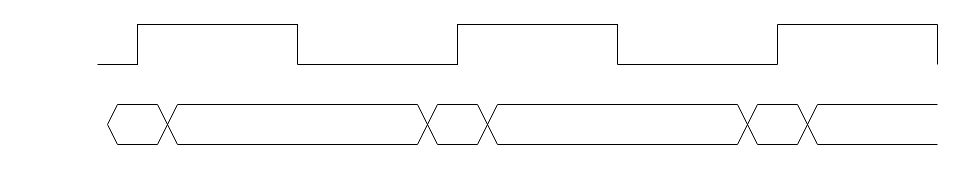
Earlier version of the draw.io diagram Untitled Diagram.drawio (Katharine-0331/files). Source tidied: cells renumbered, new cells numbered last; positions are measured from the earlier drawing's top-left corner, leaving out a move shared by most shapes. Both pictures are drawn from the tidied source at 100%, with x=0, y=0 at pixel (97, 24).
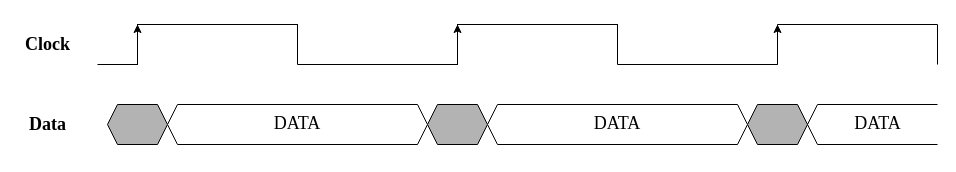
The same page after the edit.

The change refers to these unchanged cells:
```xml
<mxCell id="2" style="shape=partialRectangle;whiteSpace=wrap;html=1;bottom=0;right=0;fillColor=none;" parent="1" vertex="1">
  <mxGeometry x="40" width="160" height="40" as="geometry" />
</mxCell>
```

What changed in the source:
```diff
@@
-    <mxCell id="5" style="endArrow=none;html=1;shadow=0;" parent="1" edge="1">
-      <mxGeometry relative="1" as="geometry">
-        <mxPoint x="10" y="100" as="sourcePoint" />
-        <mxPoint x="20" y="80" as="targetPoint" />
-      </mxGeometry>
-    </mxCell>
-    <mxCell id="6" style="endArrow=none;html=1;shadow=0;" parent="1" edge="1">
-      <mxGeometry relative="1" as="geometry">
-        <mxPoint x="20" y="80" as="sourcePoint" />
-        <mxPoint x="60" y="80" as="targetPoint" />
-      </mxGeometry>
-    </mxCell>
-    <mxCell id="7" style="endArrow=none;html=1;shadow=0;" parent="1" edge="1">
-      <mxGeometry relative="1" as="geometry">
-        <mxPoint x="10" y="100" as="sourcePoint" />
-        <mxPoint x="20" y="120" as="targetPoint" />
-      </mxGeometry>
-    </mxCell>
-    <mxCell id="8" style="endArrow=none;html=1;shadow=0;" parent="1" edge="1">
-      <mxGeometry relative="1" as="geometry">
-        <mxPoint x="20" y="120" as="sourcePoint" />
-        <mxPoint x="60" y="120" as="targetPoint" />
-      </mxGeometry>
-    </mxCell>
-    <mxCell id="9" style="endArrow=none;html=1;" parent="1" edge="1">
-      <mxGeometry relative="1" as="geometry">
-        <mxPoint x="60" y="80" as="sourcePoint" />
-        <mxPoint x="80" y="120" as="targetPoint" />
-      </mxGeometry>
-    </mxCell>
-    <mxCell id="10" style="endArrow=none;html=1;" parent="1" edge="1">
-      <mxGeometry relative="1" as="geometry">
-        <mxPoint x="60" y="120" as="sourcePoint" />
-        <mxPoint x="80" y="80" as="targetPoint" />
-      </mxGeometry>
-    </mxCell>
-    <mxCell id="11" style="endArrow=none;html=1;" parent="1" edge="1">
-      <mxGeometry relative="1" as="geometry">
-        <mxPoint x="80" y="80" as="sourcePoint" />
-        <mxPoint x="320" y="80" as="targetPoint" />
-      </mxGeometry>
-    </mxCell>
@@
-    <mxCell id="13" style="endArrow=none;html=1;" parent="1" edge="1">
-      <mxGeometry relative="1" as="geometry">
-        <mxPoint x="80" y="120" as="sourcePoint" />
-        <mxPoint x="320" y="120" as="targetPoint" />
-      </mxGeometry>
-    </mxCell>
-    <mxCell id="14" style="endArrow=none;html=1;" parent="1" edge="1">
-      <mxGeometry relative="1" as="geometry">
-        <mxPoint x="320" y="120" as="sourcePoint" />
-        <mxPoint x="340" y="80" as="targetPoint" />
-      </mxGeometry>
-    </mxCell>
-    <mxCell id="15" style="endArrow=none;html=1;" parent="1" edge="1">
-      <mxGeometry relative="1" as="geometry">
-        <mxPoint x="320" y="80" as="sourcePoint" />
-        <mxPoint x="340" y="120" as="targetPoint" />
-      </mxGeometry>
-    </mxCell>
-    <mxCell id="16" style="endArrow=none;html=1;" parent="1" edge="1">
-      <mxGeometry relative="1" as="geometry">
-        <mxPoint x="380" y="80" as="sourcePoint" />
-        <mxPoint x="400" y="120" as="targetPoint" />
-      </mxGeometry>
-    </mxCell>
-    <mxCell id="17" style="endArrow=none;html=1;" parent="1" edge="1">
-      <mxGeometry relative="1" as="geometry">
-        <mxPoint x="380" y="120" as="sourcePoint" />
-        <mxPoint x="400" y="80" as="targetPoint" />
-      </mxGeometry>
-    </mxCell>
-    <mxCell id="18" style="endArrow=none;html=1;" parent="1" edge="1">
-      <mxGeometry relative="1" as="geometry">
-        <mxPoint x="400" y="80" as="sourcePoint" />
-        <mxPoint x="640" y="80" as="targetPoint" />
-      </mxGeometry>
-    </mxCell>
-    <mxCell id="19" style="endArrow=none;html=1;" parent="1" edge="1">
-      <mxGeometry relative="1" as="geometry">
-        <mxPoint x="400" y="120" as="sourcePoint" />
-        <mxPoint x="640" y="120" as="targetPoint" />
-      </mxGeometry>
-    </mxCell>
-    <mxCell id="20" style="endArrow=none;html=1;" parent="1" edge="1">
-      <mxGeometry relative="1" as="geometry">
-        <mxPoint x="640" y="120" as="sourcePoint" />
-        <mxPoint x="660" y="80" as="targetPoint" />
-      </mxGeometry>
-    </mxCell>
-    <mxCell id="21" style="endArrow=none;html=1;" parent="1" edge="1">
-      <mxGeometry relative="1" as="geometry">
-        <mxPoint x="640" y="80" as="sourcePoint" />
-        <mxPoint x="660" y="120" as="targetPoint" />
-      </mxGeometry>
-    </mxCell>
-    <mxCell id="22" style="endArrow=none;html=1;" parent="1" edge="1">
-      <mxGeometry relative="1" as="geometry">
-        <mxPoint x="340" y="80" as="sourcePoint" />
-        <mxPoint x="380" y="80" as="targetPoint" />
-      </mxGeometry>
-    </mxCell>
-    <mxCell id="23" style="endArrow=none;html=1;" parent="1" edge="1">
-      <mxGeometry relative="1" as="geometry">
-        <mxPoint x="340" y="120" as="sourcePoint" />
-        <mxPoint x="380" y="120" as="targetPoint" />
-      </mxGeometry>
-    </mxCell>
-    <mxCell id="24" style="endArrow=none;html=1;" parent="1" edge="1">
-      <mxGeometry relative="1" as="geometry">
-        <mxPoint x="660" y="80" as="sourcePoint" />
-        <mxPoint x="700" y="80" as="targetPoint" />
-      </mxGeometry>
-    </mxCell>
-    <mxCell id="25" style="endArrow=none;html=1;" parent="1" edge="1">
-      <mxGeometry relative="1" as="geometry">
-        <mxPoint x="660" y="120" as="sourcePoint" />
-        <mxPoint x="700" y="120" as="targetPoint" />
-      </mxGeometry>
-    </mxCell>
@@
-    <mxCell id="31" style="endArrow=none;html=1;" parent="1" edge="1">
-      <mxGeometry relative="1" as="geometry">
-        <mxPoint x="700" y="80" as="sourcePoint" />
-        <mxPoint x="720" y="120" as="targetPoint" />
-      </mxGeometry>
-    </mxCell>
-    <mxCell id="32" style="endArrow=none;html=1;" parent="1" edge="1">
-      <mxGeometry relative="1" as="geometry">
-        <mxPoint x="700" y="120" as="sourcePoint" />
-        <mxPoint x="720" y="80" as="targetPoint" />
-      </mxGeometry>
-    </mxCell>
-    <mxCell id="33" style="endArrow=none;html=1;" parent="1" edge="1">
-      <mxGeometry relative="1" as="geometry">
-        <mxPoint x="720" y="80" as="sourcePoint" />
-        <mxPoint x="840" y="80" as="targetPoint" />
-      </mxGeometry>
-    </mxCell>
-    <mxCell id="34" style="endArrow=none;html=1;" parent="1" edge="1">
-      <mxGeometry relative="1" as="geometry">
-        <mxPoint x="720" y="120" as="sourcePoint" />
-        <mxPoint x="840" y="120" as="targetPoint" />
-      </mxGeometry>
-    </mxCell>
+    <mxCell id="35" style="shape=hexagon;perimeter=hexagonPerimeter2;whiteSpace=wrap;html=1;fixedSize=1;size=10;gradientDirection=radial;fillColor=#B3B3B3;" parent="1" vertex="1">
+      <mxGeometry x="10" y="80" width="60" height="40" as="geometry" />
+    </mxCell>
+    <mxCell id="36" value="&lt;pre style=&quot;font-size: 18px&quot;&gt;&lt;font face=&quot;Times New Roman&quot;&gt;DATA&lt;/font&gt;&lt;/pre&gt;" style="shape=hexagon;perimeter=hexagonPerimeter2;whiteSpace=wrap;html=1;fixedSize=1;size=10;" parent="1" vertex="1">
+      <mxGeometry x="70" y="80" width="260" height="40" as="geometry" />
+    </mxCell>
+    <mxCell id="37" style="shape=hexagon;perimeter=hexagonPerimeter2;whiteSpace=wrap;html=1;fixedSize=1;size=10;fillColor=#B3B3B3;" parent="1" vertex="1">
+      <mxGeometry x="330" y="80" width="60" height="40" as="geometry" />
+    </mxCell>
+    <mxCell id="38" value="&lt;pre style=&quot;font-size: 18px&quot;&gt;&lt;font face=&quot;Times New Roman&quot;&gt;DATA&lt;/font&gt;&lt;/pre&gt;" style="shape=hexagon;perimeter=hexagonPerimeter2;whiteSpace=wrap;html=1;fixedSize=1;size=10;" parent="1" vertex="1">
+      <mxGeometry x="390" y="80" width="260" height="40" as="geometry" />
+    </mxCell>
+    <mxCell id="39" style="shape=hexagon;perimeter=hexagonPerimeter2;whiteSpace=wrap;html=1;fixedSize=1;size=10;fillColor=#B3B3B3;" parent="1" vertex="1">
+      <mxGeometry x="650" y="80" width="60" height="40" as="geometry" />
+    </mxCell>
+    <mxCell id="40" style="endArrow=none;html=1;shadow=0;" parent="1" edge="1">
+      <mxGeometry relative="1" as="geometry">
+        <mxPoint x="710" y="100" as="sourcePoint" />
+        <mxPoint x="720" y="80" as="targetPoint" />
+      </mxGeometry>
+    </mxCell>
+    <mxCell id="41" style="endArrow=none;html=1;shadow=0;strokeColor=#000000;" parent="1" edge="1">
+      <mxGeometry relative="1" as="geometry">
+        <mxPoint x="710" y="100" as="sourcePoint" />
+        <mxPoint x="720" y="120" as="targetPoint" />
+      </mxGeometry>
+    </mxCell>
+    <mxCell id="42" style="endArrow=none;html=1;shadow=0;" parent="1" edge="1">
+      <mxGeometry relative="1" as="geometry">
+        <mxPoint x="720" y="80" as="sourcePoint" />
+        <mxPoint x="840" y="80" as="targetPoint" />
+      </mxGeometry>
+    </mxCell>
+    <mxCell id="43" style="endArrow=none;html=1;shadow=0;" parent="1" edge="1">
+      <mxGeometry relative="1" as="geometry">
+        <mxPoint x="720" y="120" as="sourcePoint" />
+        <mxPoint x="840" y="120" as="targetPoint" />
+      </mxGeometry>
+    </mxCell>
+    <mxCell id="44" value="&lt;pre style=&quot;font-size: 18px&quot;&gt;&lt;font face=&quot;Times New Roman&quot;&gt;DATA&lt;/font&gt;&lt;/pre&gt;" style="text;html=1;align=center;verticalAlign=middle;strokeColor=none;" parent="1" vertex="1">
+      <mxGeometry x="750" y="70" width="60" height="60" as="geometry" />
+    </mxCell>
+    <mxCell id="45" style="endArrow=classic;html=1;shadow=0;strokeColor=#000000;entryX=0;entryY=0;entryDx=0;entryDy=0;" parent="1" edge="1" target="2">
+      <mxGeometry relative="1" as="geometry">
+        <mxPoint x="40" y="40" as="sourcePoint" />
+      </mxGeometry>
+    </mxCell>
+    <mxCell id="46" style="endArrow=classic;html=1;shadow=0;strokeColor=#000000;" parent="1" edge="1">
+      <mxGeometry relative="1" as="geometry">
+        <mxPoint x="360" y="40" as="sourcePoint" />
+        <mxPoint x="360" as="targetPoint" />
+      </mxGeometry>
+    </mxCell>
+    <mxCell id="47" style="endArrow=classic;html=1;shadow=0;strokeColor=#000000;" parent="1" edge="1">
+      <mxGeometry relative="1" as="geometry">
+        <mxPoint x="680" y="40" as="sourcePoint" />
+        <mxPoint x="680" as="targetPoint" />
+      </mxGeometry>
+    </mxCell>
+    <mxCell id="48" value="&lt;pre&gt;&lt;font face=&quot;Times New Roman&quot; style=&quot;font-size: 18px&quot;&gt;&lt;b&gt;Clock&lt;/b&gt;&lt;/font&gt;&lt;/pre&gt;" style="text;html=1;align=center;verticalAlign=middle;strokeColor=none;" parent="1" vertex="1">
+      <mxGeometry x="-80" y="-5" width="60" height="50" as="geometry" />
+    </mxCell>
+    <mxCell id="49" value="&lt;pre&gt;&lt;font face=&quot;Times New Roman&quot; style=&quot;font-size: 18px&quot;&gt;&lt;b&gt;Data&lt;/b&gt;&lt;/font&gt;&lt;/pre&gt;" style="text;html=1;align=center;verticalAlign=middle;strokeColor=none;" parent="1" vertex="1">
+      <mxGeometry x="-75" y="75" width="50" height="50" as="geometry" />
+    </mxCell>
```
